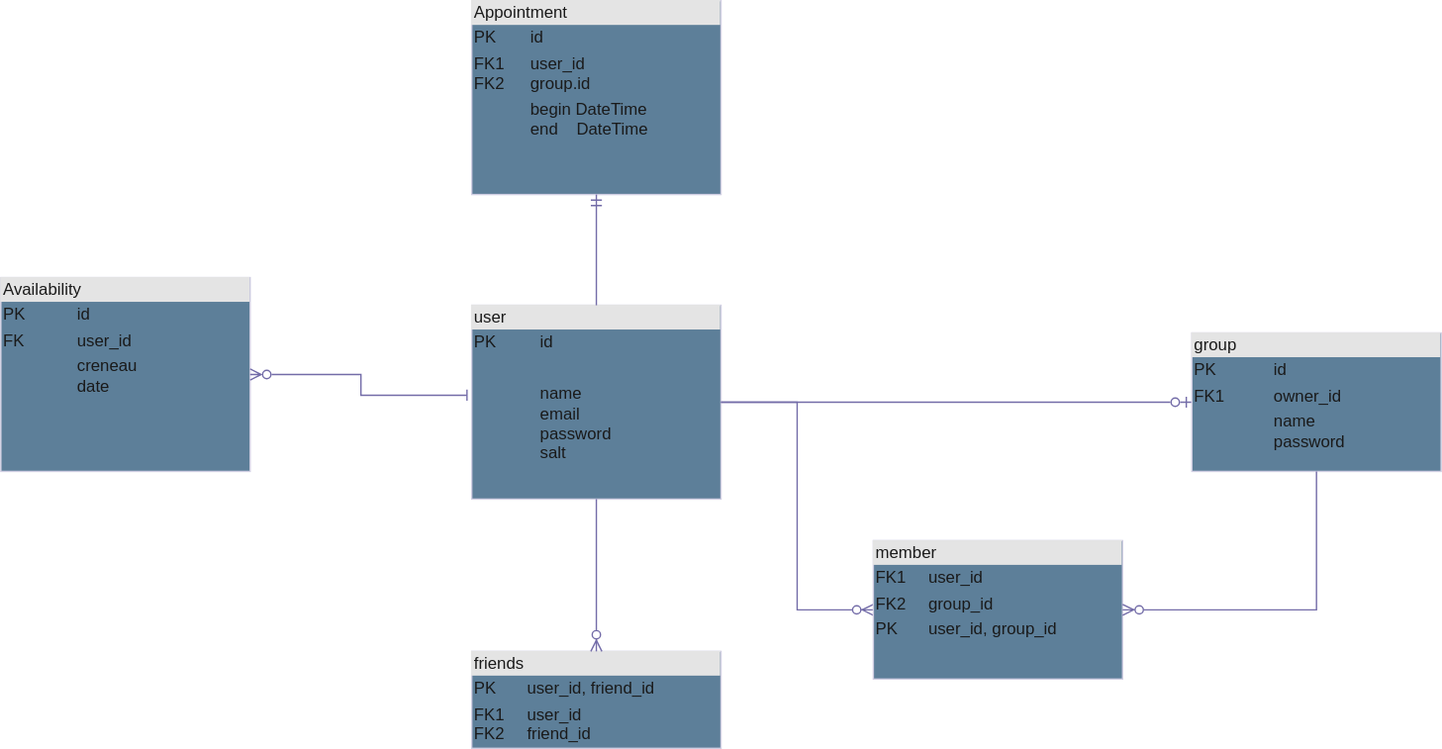
coffee-only/CalendarProject keeps this draw.io diagram as doc/diagrams/MRD.drawio.svg. Above is the earlier version. Source tidied: cells renumbered, new cells last; positions are measured from the earlier drawing's top-left corner, leaving out a move shared by most shapes.
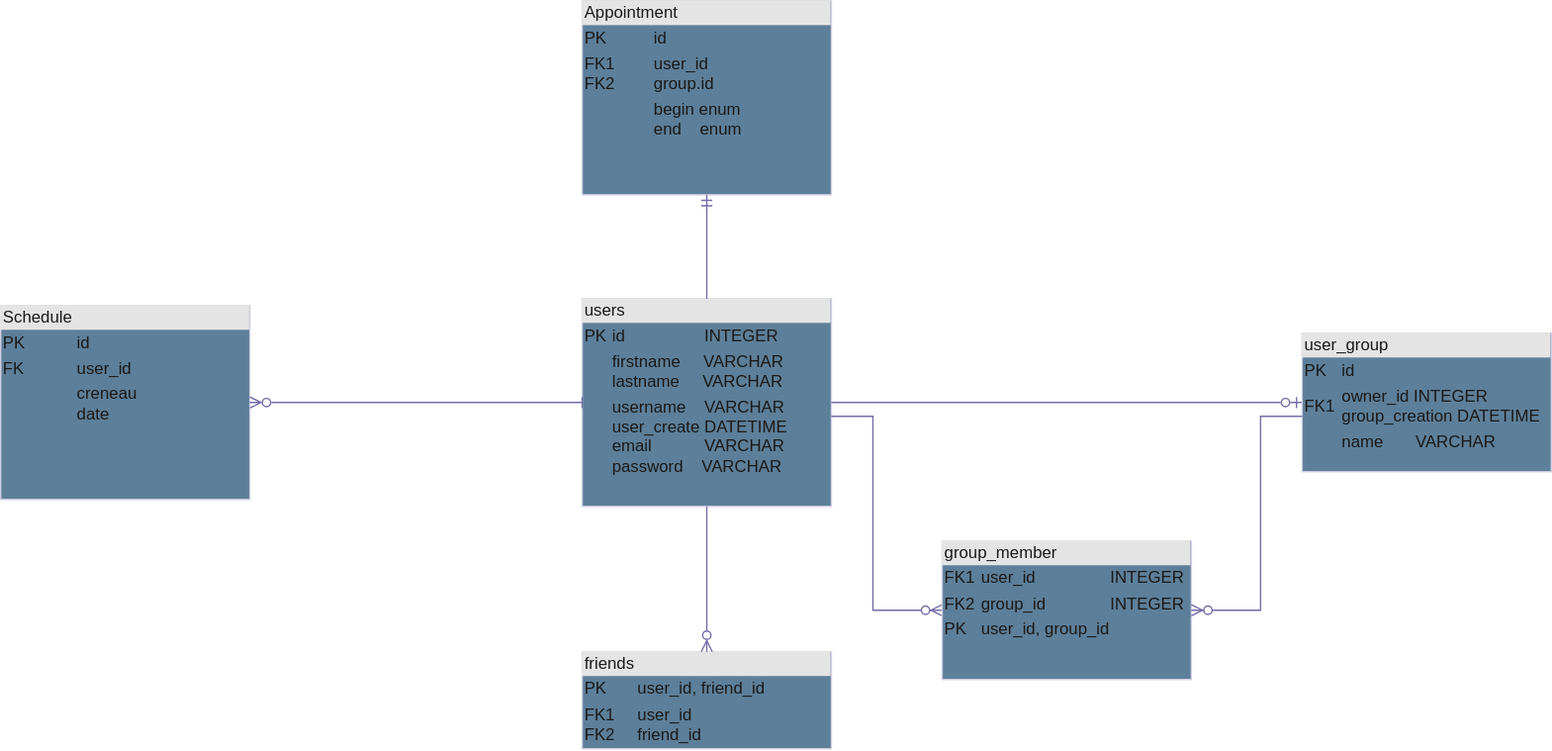
Later version of the same file.

Commit message:
changed TEXT type variable to appropriate VARCHAR

What changed in the source:
```diff
@@ -2,8 +2,8 @@
   <root>
     <mxCell id="0" />
     <mxCell id="1" parent="0" />
-    <mxCell id="2" value="&lt;div style=&quot;box-sizing: border-box; width: 100%; background: rgb(228, 228, 228); padding: 2px;&quot;&gt;user&lt;/div&gt;&lt;table style=&quot;width:100%;font-size:1em;&quot; cellpadding=&quot;2&quot; cellspacing=&quot;0&quot;&gt;&lt;tbody&gt;&lt;tr&gt;&lt;td&gt;PK&lt;/td&gt;&lt;td&gt;id&lt;/td&gt;&lt;/tr&gt;&lt;tr&gt;&lt;td&gt;&lt;br&gt;&lt;/td&gt;&lt;td&gt;&lt;br&gt;&lt;/td&gt;&lt;/tr&gt;&lt;tr&gt;&lt;td&gt;&lt;/td&gt;&lt;td&gt;name&lt;br&gt;email&lt;br&gt;password&lt;br&gt;salt&lt;br&gt;&lt;br&gt;&lt;/td&gt;&lt;/tr&gt;&lt;/tbody&gt;&lt;/table&gt;" style="verticalAlign=top;align=left;overflow=fill;html=1;whiteSpace=wrap;labelBackgroundColor=none;fillColor=#5D7F99;strokeColor=#D0CEE2;fontColor=#1A1A1A;" parent="1" vertex="1">
-      <mxGeometry x="340" y="220" width="180" height="140" as="geometry" />
+    <mxCell id="2" value="&lt;div style=&quot;box-sizing: border-box; width: 100%; background: rgb(228, 228, 228); padding: 2px;&quot;&gt;users&lt;/div&gt;&lt;table style=&quot;width:100%;font-size:1em;&quot; cellpadding=&quot;2&quot; cellspacing=&quot;0&quot;&gt;&lt;tbody&gt;&lt;tr&gt;&lt;td&gt;PK&lt;/td&gt;&lt;td&gt;id&lt;span style=&quot;white-space: pre;&quot;&gt;&#9;&lt;span style=&quot;white-space: pre;&quot;&gt;&#9;&lt;/span&gt;    INTEGER&lt;/span&gt;&lt;span style=&quot;white-space: pre;&quot;&gt;&#9;&lt;/span&gt;&lt;span style=&quot;white-space: pre;&quot;&gt;&#9;&lt;span style=&quot;white-space: pre;&quot;&gt;&#9;&lt;/span&gt;&lt;/span&gt;&lt;/td&gt;&lt;/tr&gt;&lt;tr&gt;&lt;td&gt;&lt;br&gt;&lt;/td&gt;&lt;td&gt;firstname&amp;nbsp; &amp;nbsp; &amp;nbsp;VARCHAR&lt;br&gt;lastname&amp;nbsp; &amp;nbsp; &amp;nbsp;VARCHAR&lt;/td&gt;&lt;/tr&gt;&lt;tr&gt;&lt;td&gt;&lt;/td&gt;&lt;td&gt;username&amp;nbsp; &amp;nbsp; VARCHAR&lt;br&gt;user_create DATETIME&lt;br&gt;email&lt;span style=&quot;white-space: pre;&quot;&gt;&#9;    VARCHAR&lt;/span&gt;&lt;br&gt;password&amp;nbsp; &amp;nbsp; VARCHAR&lt;br&gt;&lt;br&gt;&lt;br&gt;&lt;/td&gt;&lt;/tr&gt;&lt;/tbody&gt;&lt;/table&gt;" style="verticalAlign=top;align=left;overflow=fill;html=1;whiteSpace=wrap;labelBackgroundColor=none;fillColor=#5D7F99;strokeColor=#D0CEE2;fontColor=#1A1A1A;" parent="1" vertex="1">
+      <mxGeometry x="340" y="215" width="180" height="150" as="geometry" />
     </mxCell>
     <mxCell id="3" value="&lt;div style=&quot;box-sizing: border-box; width: 100%; background: rgb(228, 228, 228); padding: 2px;&quot;&gt;friends&lt;/div&gt;&lt;table style=&quot;width:100%;font-size:1em;&quot; cellpadding=&quot;2&quot; cellspacing=&quot;0&quot;&gt;&lt;tbody&gt;&lt;tr&gt;&lt;td&gt;PK&lt;/td&gt;&lt;td&gt;user_id, friend_id&lt;/td&gt;&lt;/tr&gt;&lt;tr&gt;&lt;td&gt;FK1&lt;br&gt;FK2&lt;br&gt;&lt;/td&gt;&lt;td&gt;user_id&lt;br&gt;friend_id&lt;/td&gt;&lt;/tr&gt;&lt;tr&gt;&lt;td&gt;&lt;br&gt;&lt;br&gt;&lt;/td&gt;&lt;td&gt;&lt;br&gt;&lt;br&gt;&lt;br&gt;&lt;br&gt;&lt;br&gt;&lt;/td&gt;&lt;/tr&gt;&lt;/tbody&gt;&lt;/table&gt;" style="verticalAlign=top;align=left;overflow=fill;html=1;whiteSpace=wrap;labelBackgroundColor=none;fillColor=#5D7F99;strokeColor=#D0CEE2;fontColor=#1A1A1A;" parent="1" vertex="1">
       <mxGeometry x="340" y="470" width="180" height="70" as="geometry" />
@@ -14,28 +14,38 @@
     <mxCell id="5" style="edgeStyle=orthogonalEdgeStyle;rounded=0;jettySize=auto;html=1;exitX=0;exitY=0.5;exitDx=0;exitDy=0;startArrow=ERzeroToOne;startFill=0;endArrow=none;labelBackgroundColor=none;strokeColor=#736CA8;fontColor=default;" parent="1" edge="1" source="6" target="2">
       <mxGeometry relative="1" as="geometry" />
     </mxCell>
-    <mxCell id="6" value="&lt;div style=&quot;box-sizing: border-box; width: 100%; background: rgb(228, 228, 228); padding: 2px;&quot;&gt;group&lt;/div&gt;&lt;table style=&quot;width:100%;font-size:1em;&quot; cellpadding=&quot;2&quot; cellspacing=&quot;0&quot;&gt;&lt;tbody&gt;&lt;tr&gt;&lt;td&gt;PK&lt;/td&gt;&lt;td&gt;id&lt;/td&gt;&lt;/tr&gt;&lt;tr&gt;&lt;td&gt;FK1&lt;/td&gt;&lt;td&gt;owner_id&lt;/td&gt;&lt;/tr&gt;&lt;tr&gt;&lt;td&gt;&lt;/td&gt;&lt;td&gt;name&lt;br&gt;password&lt;br&gt;&lt;/td&gt;&lt;/tr&gt;&lt;/tbody&gt;&lt;/table&gt;" style="verticalAlign=top;align=left;overflow=fill;html=1;whiteSpace=wrap;labelBackgroundColor=none;fillColor=#5D7F99;strokeColor=#D0CEE2;fontColor=#1A1A1A;" parent="1" vertex="1">
+    <mxCell id="6" value="&lt;div style=&quot;box-sizing: border-box; width: 100%; background: rgb(228, 228, 228); padding: 2px;&quot;&gt;user_group&lt;/div&gt;&lt;table style=&quot;width:100%;font-size:1em;&quot; cellpadding=&quot;2&quot; cellspacing=&quot;0&quot;&gt;&lt;tbody&gt;&lt;tr&gt;&lt;td&gt;PK&lt;/td&gt;&lt;td&gt;id&lt;/td&gt;&lt;/tr&gt;&lt;tr&gt;&lt;td&gt;FK1&lt;/td&gt;&lt;td&gt;owner_id INTEGER&lt;br&gt;group_creation DATETIME&lt;/td&gt;&lt;/tr&gt;&lt;tr&gt;&lt;td&gt;&lt;/td&gt;&lt;td&gt;name&lt;span style=&quot;white-space: pre;&quot;&gt;&#9;&lt;/span&gt;VARCHAR&lt;br&gt;&lt;br&gt;&lt;/td&gt;&lt;/tr&gt;&lt;/tbody&gt;&lt;/table&gt;" style="verticalAlign=top;align=left;overflow=fill;html=1;whiteSpace=wrap;labelBackgroundColor=none;fillColor=#5D7F99;strokeColor=#D0CEE2;fontColor=#1A1A1A;" parent="1" vertex="1">
       <mxGeometry x="860" y="240" width="180" height="100" as="geometry" />
     </mxCell>
-    <mxCell id="7" style="fontSize=12;html=1;endArrow=ERzeroToMany;endFill=1;rounded=0;exitX=1;exitY=0.5;exitDx=0;exitDy=0;entryX=0;entryY=0.5;entryDx=0;entryDy=0;edgeStyle=orthogonalEdgeStyle;labelBackgroundColor=none;strokeColor=#736CA8;fontColor=default;" parent="1" edge="1" source="2" target="8">
-      <mxGeometry relative="1" as="geometry" />
+    <mxCell id="7" style="fontSize=12;html=1;endArrow=ERzeroToMany;endFill=1;rounded=0;entryX=0;entryY=0.5;entryDx=0;entryDy=0;edgeStyle=orthogonalEdgeStyle;labelBackgroundColor=none;strokeColor=#736CA8;fontColor=default;" parent="1" edge="1" source="2" target="8">
+      <mxGeometry relative="1" as="geometry">
+        <Array as="points">
+          <mxPoint x="550" y="300" />
+          <mxPoint x="550" y="440" />
+        </Array>
+      </mxGeometry>
     </mxCell>
-    <mxCell id="8" value="&lt;div style=&quot;box-sizing: border-box; width: 100%; background: rgb(228, 228, 228); padding: 2px;&quot;&gt;member&lt;/div&gt;&lt;table style=&quot;width:100%;font-size:1em;&quot; cellpadding=&quot;2&quot; cellspacing=&quot;0&quot;&gt;&lt;tbody&gt;&lt;tr&gt;&lt;td&gt;FK1&lt;/td&gt;&lt;td&gt;user_id&lt;/td&gt;&lt;/tr&gt;&lt;tr&gt;&lt;td&gt;FK2&lt;/td&gt;&lt;td&gt;group_id&lt;/td&gt;&lt;/tr&gt;&lt;tr&gt;&lt;td&gt;PK&lt;/td&gt;&lt;td&gt;user_id, group_id&lt;/td&gt;&lt;/tr&gt;&lt;/tbody&gt;&lt;/table&gt;" style="verticalAlign=top;align=left;overflow=fill;html=1;whiteSpace=wrap;labelBackgroundColor=none;fillColor=#5D7F99;strokeColor=#D0CEE2;fontColor=#1A1A1A;" parent="1" vertex="1">
-      <mxGeometry x="630" y="390" width="180" height="100" as="geometry" />
+    <mxCell id="8" value="&lt;div style=&quot;box-sizing: border-box; width: 100%; background: rgb(228, 228, 228); padding: 2px;&quot;&gt;group_member&lt;/div&gt;&lt;table style=&quot;width:100%;font-size:1em;&quot; cellpadding=&quot;2&quot; cellspacing=&quot;0&quot;&gt;&lt;tbody&gt;&lt;tr&gt;&lt;td&gt;FK1&lt;/td&gt;&lt;td&gt;user_id&lt;span style=&quot;white-space: pre;&quot;&gt;&#9;&lt;/span&gt;&lt;span style=&quot;white-space: pre;&quot;&gt;&#9;    &lt;/span&gt;INTEGER&lt;/td&gt;&lt;/tr&gt;&lt;tr&gt;&lt;td&gt;FK2&lt;/td&gt;&lt;td&gt;group_id&lt;span style=&quot;white-space: pre;&quot;&gt;&#9;&lt;/span&gt;&lt;span style=&quot;white-space: pre;&quot;&gt;&#9;&lt;/span&gt;&amp;nbsp; &amp;nbsp; INTEGER&lt;/td&gt;&lt;/tr&gt;&lt;tr&gt;&lt;td&gt;PK&lt;/td&gt;&lt;td&gt;user_id, group_id&lt;/td&gt;&lt;/tr&gt;&lt;/tbody&gt;&lt;/table&gt;" style="verticalAlign=top;align=left;overflow=fill;html=1;whiteSpace=wrap;labelBackgroundColor=none;fillColor=#5D7F99;strokeColor=#D0CEE2;fontColor=#1A1A1A;" parent="1" vertex="1">
+      <mxGeometry x="600" y="390" width="180" height="100" as="geometry" />
     </mxCell>
-    <mxCell id="9" value="&lt;div style=&quot;box-sizing: border-box; width: 100%; background: rgb(228, 228, 228); padding: 2px;&quot;&gt;Appointment&lt;/div&gt;&lt;table style=&quot;width:100%;font-size:1em;&quot; cellpadding=&quot;2&quot; cellspacing=&quot;0&quot;&gt;&lt;tbody&gt;&lt;tr&gt;&lt;td&gt;PK&lt;/td&gt;&lt;td&gt;id&lt;/td&gt;&lt;/tr&gt;&lt;tr&gt;&lt;td&gt;FK1&lt;br&gt;FK2&lt;/td&gt;&lt;td&gt;user_id&lt;br&gt;group.id&lt;/td&gt;&lt;/tr&gt;&lt;tr&gt;&lt;td&gt;&lt;br&gt;&lt;/td&gt;&lt;td&gt;begin DateTime&lt;br&gt;end&amp;nbsp; &amp;nbsp; DateTime&lt;br&gt;&lt;br&gt;&lt;/td&gt;&lt;/tr&gt;&lt;/tbody&gt;&lt;/table&gt;" style="verticalAlign=top;align=left;overflow=fill;html=1;whiteSpace=wrap;labelBackgroundColor=none;fillColor=#5D7F99;strokeColor=#D0CEE2;fontColor=#1A1A1A;" parent="1" vertex="1">
+    <mxCell id="9" value="&lt;div style=&quot;box-sizing: border-box; width: 100%; background: rgb(228, 228, 228); padding: 2px;&quot;&gt;Appointment&lt;/div&gt;&lt;table style=&quot;width:100%;font-size:1em;&quot; cellpadding=&quot;2&quot; cellspacing=&quot;0&quot;&gt;&lt;tbody&gt;&lt;tr&gt;&lt;td&gt;PK&lt;/td&gt;&lt;td&gt;id&lt;/td&gt;&lt;/tr&gt;&lt;tr&gt;&lt;td&gt;FK1&lt;br&gt;FK2&lt;/td&gt;&lt;td&gt;user_id&lt;br&gt;group.id&lt;/td&gt;&lt;/tr&gt;&lt;tr&gt;&lt;td&gt;&lt;br&gt;&lt;/td&gt;&lt;td&gt;begin enum&lt;br&gt;end&amp;nbsp; &amp;nbsp; enum&lt;br&gt;&lt;br&gt;&lt;/td&gt;&lt;/tr&gt;&lt;/tbody&gt;&lt;/table&gt;" style="verticalAlign=top;align=left;overflow=fill;html=1;whiteSpace=wrap;labelBackgroundColor=none;fillColor=#5D7F99;strokeColor=#D0CEE2;fontColor=#1A1A1A;" parent="1" vertex="1">
       <mxGeometry x="340" width="180" height="140" as="geometry" />
     </mxCell>
     <mxCell id="10" style="fontSize=12;html=1;endArrow=ERmandOne;rounded=0;exitX=0.5;exitY=0;exitDx=0;exitDy=0;entryX=0.5;entryY=1;entryDx=0;entryDy=0;labelBackgroundColor=none;strokeColor=#736CA8;fontColor=default;" parent="1" edge="1" source="2" target="9">
       <mxGeometry relative="1" as="geometry" />
     </mxCell>
-    <mxCell id="11" style="fontSize=12;html=1;endArrow=ERzeroToMany;endFill=1;rounded=0;exitX=0.5;exitY=1;exitDx=0;exitDy=0;entryX=1;entryY=0.5;entryDx=0;entryDy=0;edgeStyle=orthogonalEdgeStyle;labelBackgroundColor=none;strokeColor=#736CA8;fontColor=default;" parent="1" edge="1" source="6" target="8">
-      <mxGeometry relative="1" as="geometry" />
+    <mxCell id="11" style="fontSize=12;html=1;endArrow=ERzeroToMany;endFill=1;rounded=0;entryX=1;entryY=0.5;entryDx=0;entryDy=0;edgeStyle=orthogonalEdgeStyle;labelBackgroundColor=none;strokeColor=#736CA8;fontColor=default;" parent="1" edge="1" source="6" target="8">
+      <mxGeometry relative="1" as="geometry">
+        <Array as="points">
+          <mxPoint x="830" y="300" />
+          <mxPoint x="830" y="440" />
+        </Array>
+      </mxGeometry>
     </mxCell>
-    <mxCell id="12" value="&lt;div style=&quot;box-sizing: border-box; width: 100%; background: rgb(228, 228, 228); padding: 2px;&quot;&gt;Availability&lt;/div&gt;&lt;table style=&quot;width:100%;font-size:1em;&quot; cellpadding=&quot;2&quot; cellspacing=&quot;0&quot;&gt;&lt;tbody&gt;&lt;tr&gt;&lt;td&gt;PK&lt;/td&gt;&lt;td&gt;id&lt;/td&gt;&lt;/tr&gt;&lt;tr&gt;&lt;td&gt;FK&lt;br&gt;&lt;/td&gt;&lt;td&gt;user_id&lt;br&gt;&lt;/td&gt;&lt;/tr&gt;&lt;tr&gt;&lt;td&gt;&lt;br&gt;&lt;/td&gt;&lt;td&gt;creneau&lt;br&gt;date&lt;br&gt;&lt;br&gt;&lt;/td&gt;&lt;/tr&gt;&lt;/tbody&gt;&lt;/table&gt;" style="verticalAlign=top;align=left;overflow=fill;html=1;whiteSpace=wrap;labelBackgroundColor=none;fillColor=#5D7F99;strokeColor=#D0CEE2;fontColor=#1A1A1A;" parent="1" vertex="1">
-      <mxGeometry y="200" width="180" height="140" as="geometry" />
+    <mxCell id="12" value="&lt;div style=&quot;box-sizing: border-box; width: 100%; background: rgb(228, 228, 228); padding: 2px;&quot;&gt;Schedule&lt;/div&gt;&lt;table style=&quot;width:100%;font-size:1em;&quot; cellpadding=&quot;2&quot; cellspacing=&quot;0&quot;&gt;&lt;tbody&gt;&lt;tr&gt;&lt;td&gt;PK&lt;/td&gt;&lt;td&gt;id&lt;/td&gt;&lt;/tr&gt;&lt;tr&gt;&lt;td&gt;FK&lt;br&gt;&lt;/td&gt;&lt;td&gt;user_id&lt;br&gt;&lt;/td&gt;&lt;/tr&gt;&lt;tr&gt;&lt;td&gt;&lt;br&gt;&lt;/td&gt;&lt;td&gt;creneau&lt;br&gt;date&lt;br&gt;&lt;br&gt;&lt;/td&gt;&lt;/tr&gt;&lt;/tbody&gt;&lt;/table&gt;" style="verticalAlign=top;align=left;overflow=fill;html=1;whiteSpace=wrap;labelBackgroundColor=none;fillColor=#5D7F99;strokeColor=#D0CEE2;fontColor=#1A1A1A;" parent="1" vertex="1">
+      <mxGeometry x="-80" y="220" width="180" height="140" as="geometry" />
     </mxCell>
-    <mxCell id="13" style="edgeStyle=orthogonalEdgeStyle;rounded=0;jettySize=auto;html=1;exitX=1;exitY=0.5;exitDx=0;exitDy=0;entryX=-0.019;entryY=0.464;entryDx=0;entryDy=0;entryPerimeter=0;strokeColor=#736CA8;fontColor=#1A1A1A;endArrow=baseDash;endFill=0;startArrow=ERzeroToMany;startFill=0;" parent="1" edge="1" source="12" target="2">
+    <mxCell id="13" style="edgeStyle=orthogonalEdgeStyle;rounded=0;jettySize=auto;html=1;exitX=1;exitY=0.5;exitDx=0;exitDy=0;strokeColor=#736CA8;fontColor=#1A1A1A;endArrow=baseDash;endFill=0;startArrow=ERzeroToMany;startFill=0;" parent="1" edge="1" source="12" target="2">
       <mxGeometry relative="1" as="geometry" />
     </mxCell>
   </root>
```
